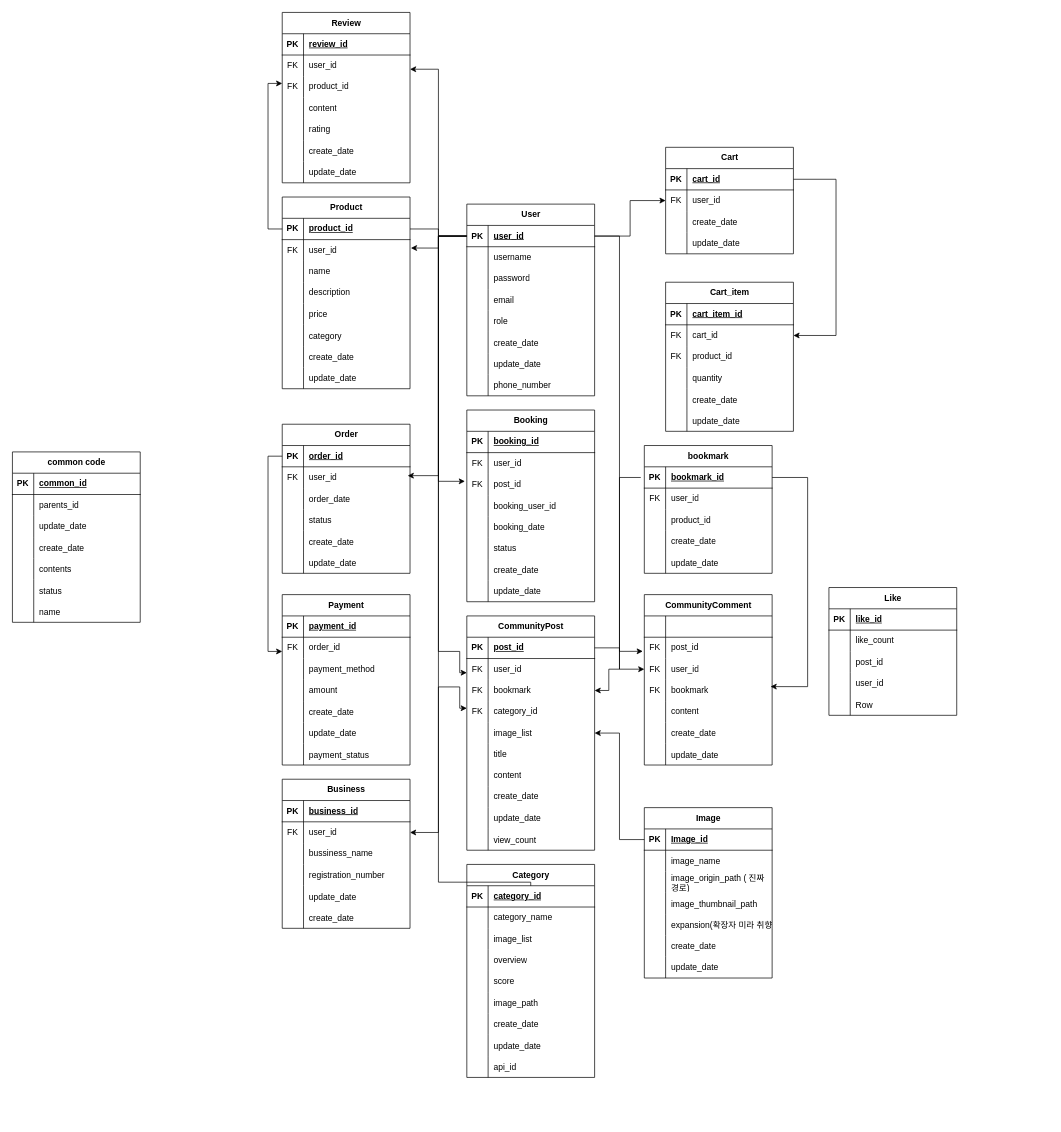
This is erd/ERD.drawio from JDanmuji/nerdia-diagram, a draw.io file, before an edit. Source tidied: cells renumbered, new cells numbered last; positions are measured from the earlier drawing's top-left corner, leaving out a move shared by most shapes. Both pictures are drawn from the tidied source at 71%, with x=0, y=0 at pixel (12, 12).
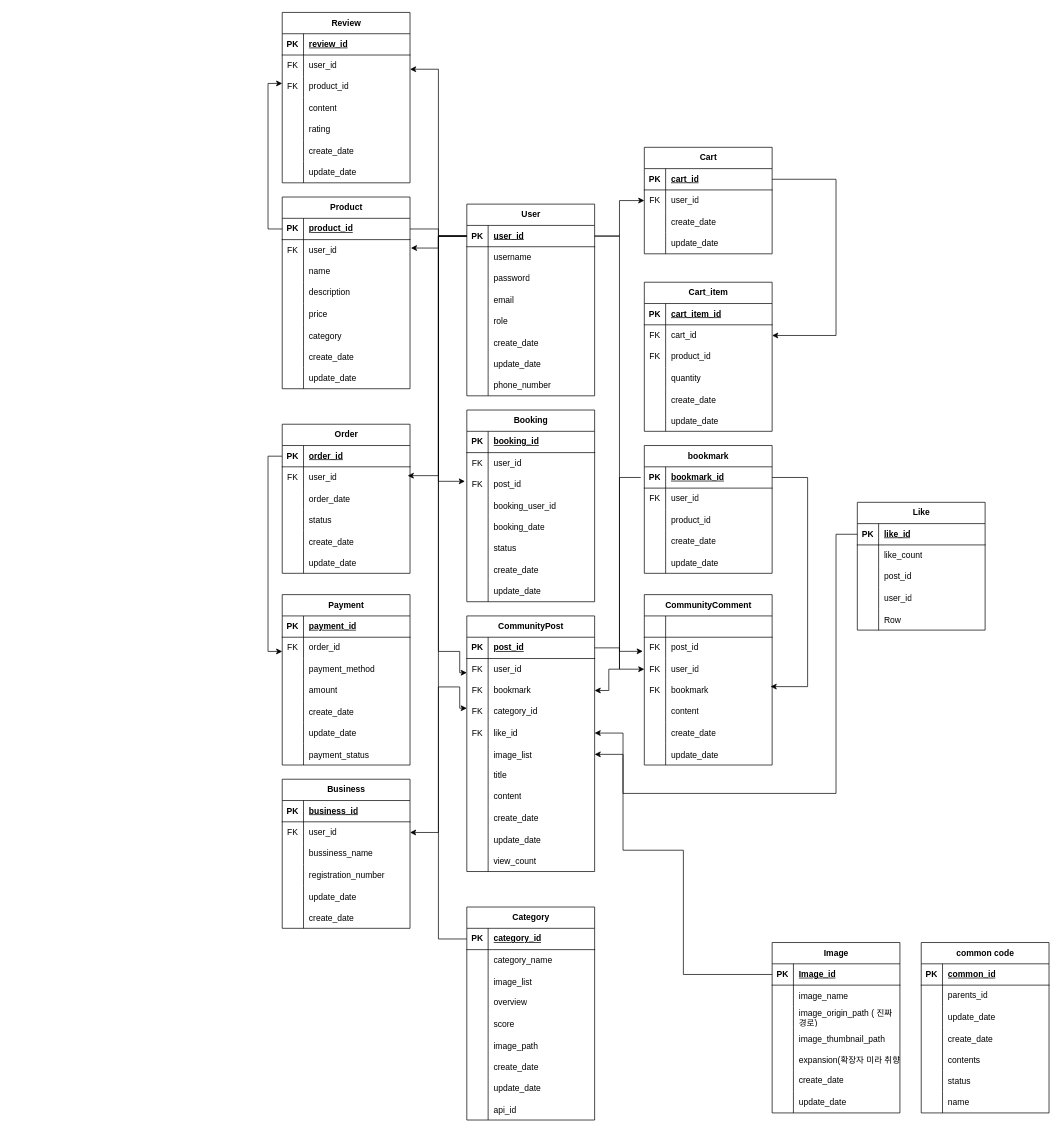
The same diagram, later.

The change refers to these unchanged cells:
```xml
<mxCell id="158" style="shape=tableRow;horizontal=0;startSize=0;swimlaneHead=0;swimlaneBody=0;fillColor=none;points=[[0,0.5],[1,0.5]];portConstraint=eastwest;top=0;left=0;right=0;bottom=0;" parent="148" vertex="1">
  <mxGeometry y="120" width="180" height="30" as="geometry" />
</mxCell>
<mxCell id="276" style="shape=tableRow;horizontal=0;startSize=0;swimlaneHead=0;swimlaneBody=0;fillColor=none;points=[[0,0.5],[1,0.5]];portConstraint=eastwest;top=0;left=0;right=0;bottom=1;" parent="275" vertex="1">
  <mxGeometry y="30" width="180" height="30" as="geometry" />
</mxCell>
<mxCell id="305" style="shape=tableRow;horizontal=0;startSize=0;swimlaneHead=0;swimlaneBody=0;fillColor=none;points=[[0,0.5],[1,0.5]];portConstraint=eastwest;top=0;left=0;right=0;bottom=1;" parent="304" vertex="1">
  <mxGeometry y="30" width="180" height="30" as="geometry" />
</mxCell>
<mxCell id="327" style="shape=tableRow;horizontal=0;startSize=0;swimlaneHead=0;swimlaneBody=0;fillColor=none;points=[[0,0.5],[1,0.5]];portConstraint=eastwest;top=0;left=0;right=0;bottom=1;" parent="326" vertex="1">
  <mxGeometry y="30" width="180" height="30" as="geometry" />
</mxCell>
```

Change to the diagram source:
```diff
@@
     <mxCell id="71" value="Cart" style="shape=table;startSize=30;childLayout=tableLayout;rowLines=0;fontStyle=1;align=center;html=1;" parent="1" vertex="1">
-      <mxGeometry x="920" y="190" width="180" height="150" as="geometry" />
+      <mxGeometry x="890" y="190" width="180" height="150" as="geometry" />
     </mxCell>
@@
     <mxCell id="85" value="Cart_item" style="shape=table;startSize=30;childLayout=tableLayout;rowLines=0;fontStyle=1;align=center;html=1;" parent="1" vertex="1">
-      <mxGeometry x="920" y="380" width="180" height="210" as="geometry" />
+      <mxGeometry x="890" y="380" width="180" height="210" as="geometry" />
     </mxCell>
@@
     <mxCell id="148" value="CommunityPost" style="shape=table;startSize=30;childLayout=tableLayout;rowLines=0;fontStyle=1;align=center;html=1;" parent="1" vertex="1">
-      <mxGeometry x="640" y="850" width="180" height="330" as="geometry" />
+      <mxGeometry x="640" y="850" width="180" height="360" as="geometry" />
     </mxCell>
@@
+    <mxCell id="365" style="shape=tableRow;horizontal=0;startSize=0;swimlaneHead=0;swimlaneBody=0;fillColor=none;points=[[0,0.5],[1,0.5]];portConstraint=eastwest;top=0;left=0;right=0;bottom=0;" parent="148" vertex="1">
+      <mxGeometry y="150" width="180" height="30" as="geometry" />
+    </mxCell>
+    <mxCell id="366" value="FK" style="shape=partialRectangle;fillColor=none;top=0;left=0;bottom=0;right=0;fontStyle=0;overflow=hidden;whiteSpace=wrap;html=1;" parent="365" vertex="1">
+      <mxGeometry width="30" height="30" as="geometry" />
+    </mxCell>
+    <mxCell id="367" value="like_id" style="shape=partialRectangle;fillColor=none;top=0;left=0;bottom=0;right=0;align=left;spacingLeft=6;fontStyle=0;overflow=hidden;whiteSpace=wrap;html=1;" parent="365" vertex="1">
+      <mxGeometry x="30" width="150" height="30" as="geometry" />
+    </mxCell>
     <mxCell id="161" style="shape=tableRow;horizontal=0;startSize=0;swimlaneHead=0;swimlaneBody=0;fillColor=none;points=[[0,0.5],[1,0.5]];portConstraint=eastwest;top=0;left=0;right=0;bottom=0;" parent="148" vertex="1">
-      <mxGeometry y="150" width="180" height="30" as="geometry" />
+      <mxGeometry y="180" width="180" height="30" as="geometry" />
     </mxCell>
@@
     <mxCell id="164" style="shape=tableRow;horizontal=0;startSize=0;swimlaneHead=0;swimlaneBody=0;fillColor=none;top=0;left=0;right=0;bottom=0;" parent="148" vertex="1">
-      <mxGeometry y="180" width="180" height="30" as="geometry" />
+      <mxGeometry y="210" width="180" height="30" as="geometry" />
     </mxCell>
@@
     <mxCell id="167" style="shape=tableRow;horizontal=0;startSize=0;swimlaneHead=0;swimlaneBody=0;fillColor=none;top=0;left=0;right=0;bottom=0;" parent="148" vertex="1">
-      <mxGeometry y="210" width="180" height="30" as="geometry" />
+      <mxGeometry y="240" width="180" height="30" as="geometry" />
     </mxCell>
@@
     <mxCell id="170" style="shape=tableRow;horizontal=0;startSize=0;swimlaneHead=0;swimlaneBody=0;fillColor=none;top=0;left=0;right=0;bottom=0;" parent="148" vertex="1">
-      <mxGeometry y="240" width="180" height="30" as="geometry" />
+      <mxGeometry y="270" width="180" height="30" as="geometry" />
     </mxCell>
@@
     <mxCell id="173" style="shape=tableRow;horizontal=0;startSize=0;swimlaneHead=0;swimlaneBody=0;fillColor=none;top=0;left=0;right=0;bottom=0;" parent="148" vertex="1">
-      <mxGeometry y="270" width="180" height="30" as="geometry" />
+      <mxGeometry y="300" width="180" height="30" as="geometry" />
     </mxCell>
@@
     <mxCell id="176" style="shape=tableRow;horizontal=0;startSize=0;swimlaneHead=0;swimlaneBody=0;fillColor=none;top=0;left=0;right=0;bottom=0;" parent="148" vertex="1">
-      <mxGeometry y="300" width="180" height="30" as="geometry" />
+      <mxGeometry y="330" width="180" height="30" as="geometry" />
     </mxCell>
@@
     <mxCell id="275" value="Category" style="shape=table;startSize=30;childLayout=tableLayout;rowLines=0;fontStyle=1;align=center;html=1;" parent="1" vertex="1">
-      <mxGeometry x="640" y="1200" width="180" height="300" as="geometry" />
+      <mxGeometry x="640" y="1260" width="180" height="300" as="geometry" />
     </mxCell>
@@
     <mxCell id="303" style="edgeStyle=orthogonalEdgeStyle;rounded=0;jettySize=auto;html=1;entryX=0;entryY=0.333;entryDx=0;entryDy=0;entryPerimeter=0;" parent="1" edge="1" source="276" target="158">
       <mxGeometry relative="1" as="geometry">
         <Array as="points">
-          <mxPoint x="600" y="1225" />
+          <mxPoint x="600" y="1305" />
           <mxPoint x="600" y="950" />
           <mxPoint x="630" y="950" />
           <mxPoint x="630" y="980" />
         </Array>
       </mxGeometry>
     </mxCell>
     <mxCell id="304" value="Image" style="shape=table;startSize=30;childLayout=tableLayout;rowLines=0;fontStyle=1;align=center;html=1;" parent="1" vertex="1">
-      <mxGeometry x="890" y="1120" width="180" height="240" as="geometry" />
+      <mxGeometry x="1070" y="1310" width="180" height="240" as="geometry" />
     </mxCell>
@@
     <mxCell id="326" value="Like" style="shape=table;startSize=30;childLayout=tableLayout;rowLines=0;fontStyle=1;align=center;html=1;" parent="1" vertex="1">
-      <mxGeometry x="1150" y="810" width="180" height="180" as="geometry" />
+      <mxGeometry x="1190" y="690" width="180" height="180" as="geometry" />
     </mxCell>
@@
     <mxCell id="342" style="edgeStyle=orthogonalEdgeStyle;rounded=0;jettySize=auto;html=1;entryX=1;entryY=0.5;entryDx=0;entryDy=0;" parent="1" edge="1" source="305" target="161">
-      <mxGeometry relative="1" as="geometry" />
+      <mxGeometry relative="1" as="geometry">
+        <Array as="points">
+          <mxPoint x="945" y="1355" />
+          <mxPoint x="945" y="1180" />
+          <mxPoint x="860" y="1180" />
+          <mxPoint x="860" y="1045" />
+        </Array>
+      </mxGeometry>
     </mxCell>
     <mxCell id="343" value="common code" style="shape=table;startSize=30;childLayout=tableLayout;rowLines=0;fontStyle=1;align=center;html=1;" parent="1" vertex="1">
-      <mxGeometry y="619" width="180" height="240" as="geometry" />
+      <mxGeometry x="1280" y="1310" width="180" height="240" as="geometry" />
     </mxCell>
@@
+    <mxCell id="368" style="edgeStyle=orthogonalEdgeStyle;rounded=0;jettySize=auto;html=1;entryX=1;entryY=0.5;entryDx=0;entryDy=0;" parent="1" edge="1" source="327" target="365">
+      <mxGeometry relative="1" as="geometry">
+        <Array as="points">
+          <mxPoint x="1160" y="735" />
+          <mxPoint x="1160" y="1100" />
+          <mxPoint x="860" y="1100" />
+          <mxPoint x="860" y="1015" />
+        </Array>
+      </mxGeometry>
+    </mxCell>
```
